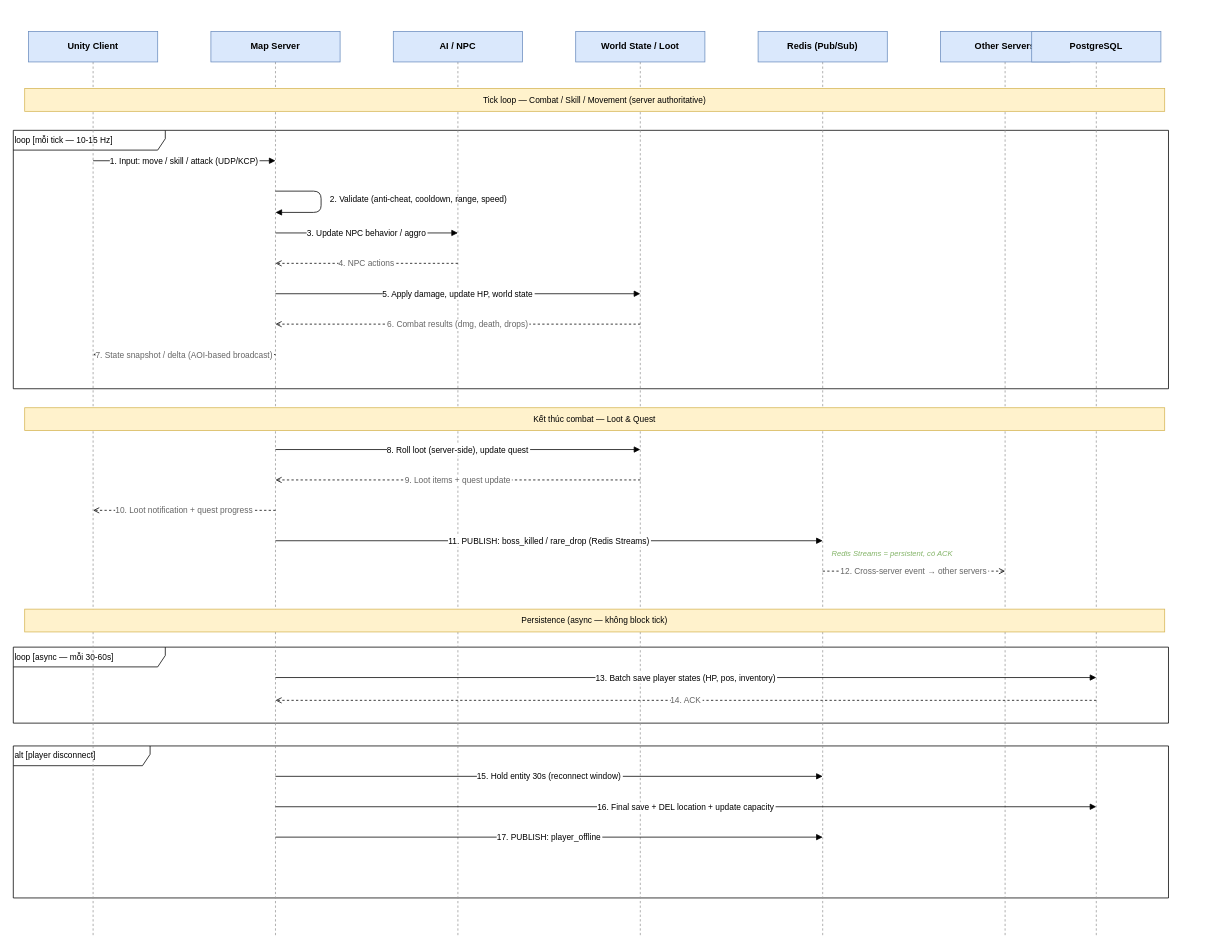
Before: page "4. Gameplay Realtime" (4 of 11) of IdeaATeckStack/RPG-MMO-indie.drawio in Cuvara/rpg-mmo-server, a draw.io diagram. Source tidied: cells renumbered, new cells numbered last; positions are measured from the earlier drawing's top-left corner, leaving out a move shared by most shapes. Both pictures are drawn from the tidied source at 76%, with x=0, y=0 at pixel (13, 31).
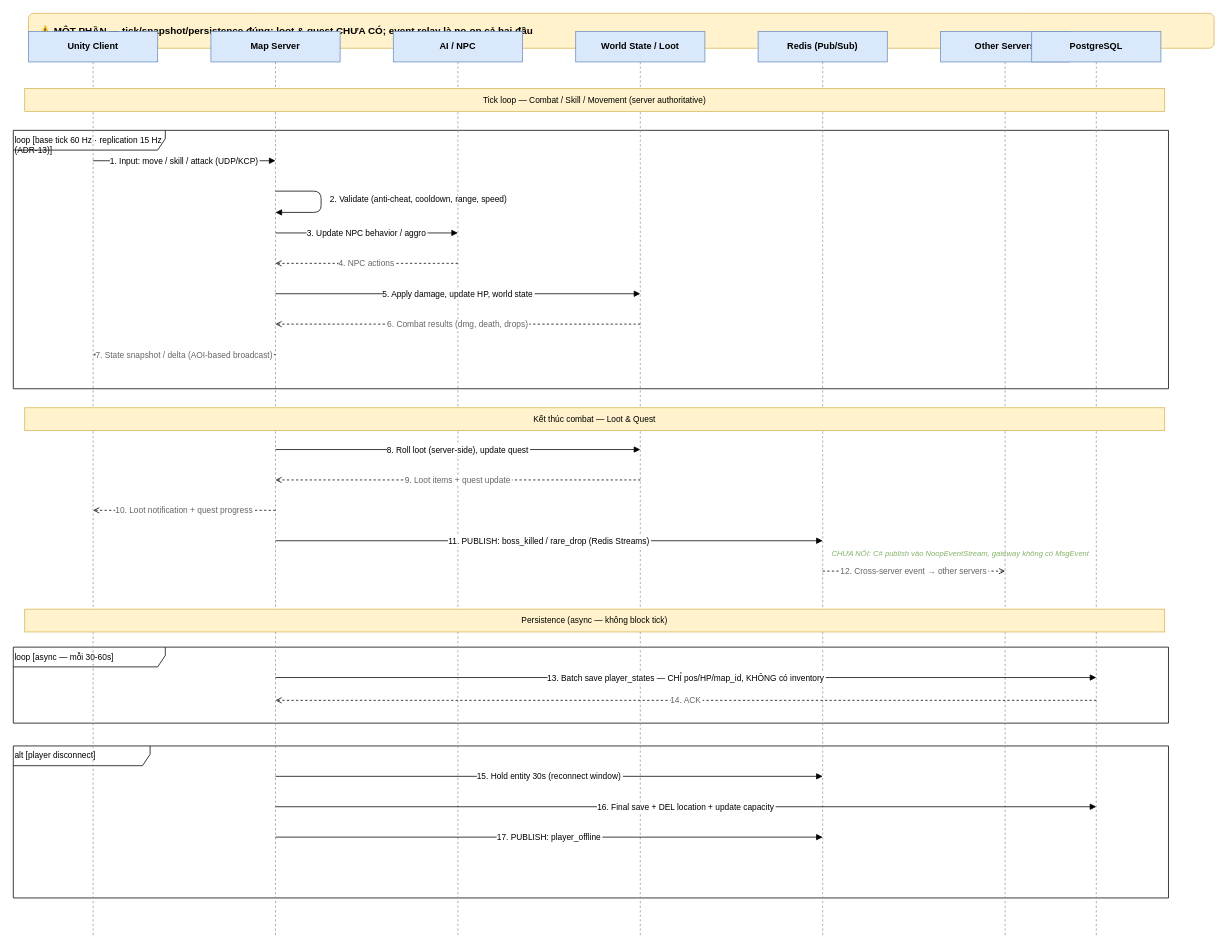
The same diagram, later.

Change to the diagram source:
```diff
@@
-    <mxCell id="2" value="loop  [mỗi tick — 10-15 Hz]" style="shape=umlFrame;whiteSpace=wrap;width=200;height=26;fillColor=none;verticalAlign=top;align=left;fontSize=11;" parent="1" vertex="1">
+    <mxCell id="2" value="loop  [base tick 60 Hz · replication 15 Hz (ADR-13)]" style="shape=umlFrame;whiteSpace=wrap;width=200;height=26;fillColor=none;verticalAlign=top;align=left;fontSize=11;" parent="1" vertex="1">
       <mxGeometry y="130" width="1520" height="340" as="geometry" />
     </mxCell>
@@
+    <mxCell id="41" value="⚠️ MỘT PHẦN — tick/snapshot/persistence đúng; loot &amp; quest CHƯA CÓ; event relay là no-op cả hai đầu" style="rounded=1;whiteSpace=wrap;html=1;fillColor=#fff2cc;strokeColor=#d6b656;fontSize=13;fontStyle=1;align=left;spacingLeft=12;verticalAlign=middle;" parent="1" vertex="1">
+      <mxGeometry x="20" y="-24" width="1560" height="46" as="geometry" />
+    </mxCell>
@@
-    <mxCell id="26" value="Redis Streams = persistent, có ACK" style="text;align=left;fontSize=10;fontStyle=2;fontColor=#82b366;" parent="1" vertex="1">
+    <mxCell id="26" value="CHƯA NỐI: C# publish vào NoopEventStream, gateway không có MsgEvent" style="text;align=left;fontSize=10;fontStyle=2;fontColor=#82b366;" parent="1" vertex="1">
       <mxGeometry x="1075" y="675" width="250" height="20" as="geometry" />
     </mxCell>
@@
-    <mxCell id="29" value="13. Batch save player states (HP, pos, inventory)" style="endArrow=block;fontSize=11;labelBackgroundColor=#ffffff;" parent="1" edge="1">
+    <mxCell id="29" value="13. Batch save player_states — CHỈ pos/HP/map_id, KHÔNG có inventory" style="endArrow=block;fontSize=11;labelBackgroundColor=#ffffff;" parent="1" edge="1">
       <mxGeometry relative="1" as="geometry">
         <mxPoint x="345" y="850" as="sourcePoint" />
         <mxPoint x="1425" y="850" as="targetPoint" />
       </mxGeometry>
     </mxCell>
```
